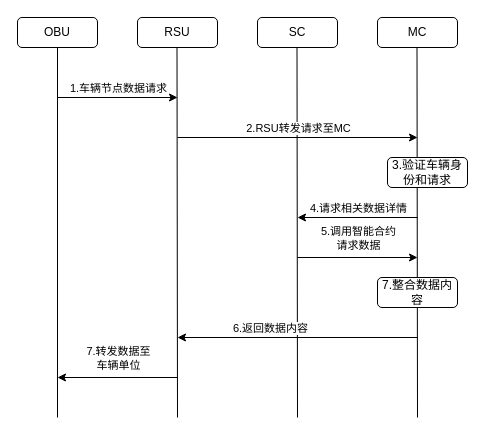
Above: 数据请求流程.drawio in burnandgun/diagrams (draw.io), before the change. Source tidied: cells renumbered, new cells numbered last; positions are measured from the earlier drawing's top-left corner, leaving out a move shared by most shapes. Both pictures are drawn from the tidied source at 100%, with x=0, y=0 at pixel (17, 17).
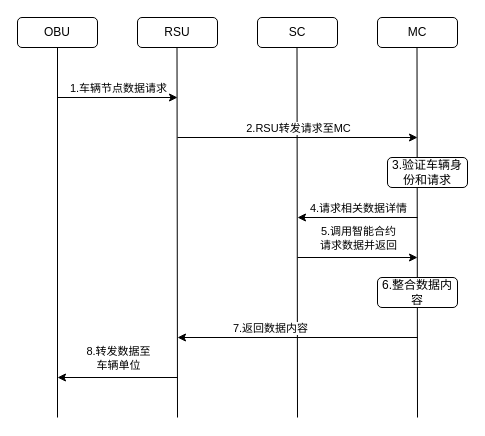
The same diagram, later.

Commit message:
更新数据请求流程.drawio

The change refers to these unchanged cells:
```xml
<mxCell id="17" style="endArrow=classic;html=1;rounded=0;" parent="1" edge="1">
  <mxGeometry relative="1" as="geometry">
    <mxPoint x="400" y="320" as="sourcePoint" />
    <mxPoint x="160" y="320" as="targetPoint" />
  </mxGeometry>
</mxCell>
<mxCell id="19" style="endArrow=classic;html=1;rounded=0;" parent="1" edge="1">
  <mxGeometry relative="1" as="geometry">
    <mxPoint x="280" y="240" as="sourcePoint" />
    <mxPoint x="400" y="240" as="targetPoint" />
  </mxGeometry>
</mxCell>
<mxCell id="22" style="endArrow=classic;html=1;rounded=0;" parent="1" edge="1">
  <mxGeometry relative="1" as="geometry">
    <mxPoint x="160" y="360" as="sourcePoint" />
    <mxPoint x="40" y="360" as="targetPoint" />
  </mxGeometry>
</mxCell>
```

Diff of the diagram source:
```diff
@@
-    <mxCell id="18" value="6.返回数据内容" style="edgeLabel;html=1;align=center;verticalAlign=middle;" parent="17" vertex="1">
+    <mxCell id="18" value="7.返回数据内容" style="edgeLabel;html=1;align=center;verticalAlign=middle;" parent="17" vertex="1">
       <mxGeometry x="0.47" y="-1" relative="1" as="geometry">
         <mxPoint x="28" y="-9" as="offset" />
       </mxGeometry>
     </mxCell>
@@
-    <mxCell id="20" value="5.调用智能合约&lt;br&gt;请求数据" style="edgeLabel;html=1;align=center;verticalAlign=middle;" parent="19" vertex="1">
+    <mxCell id="20" value="5.调用智能合约&lt;br&gt;请求数据并返回" style="edgeLabel;html=1;align=center;verticalAlign=middle;" parent="19" vertex="1">
       <mxGeometry x="0.47" y="-1" relative="1" as="geometry">
         <mxPoint x="-28" y="-21" as="offset" />
       </mxGeometry>
     </mxCell>
-    <mxCell id="21" value="7.整合数据内容" style="rounded=1;whiteSpace=wrap;html=1;" parent="1" vertex="1">
+    <mxCell id="21" value="6.整合数据内容" style="rounded=1;whiteSpace=wrap;html=1;" parent="1" vertex="1">
       <mxGeometry x="360" y="260" width="80" height="30" as="geometry" />
     </mxCell>
@@
-    <mxCell id="23" value="7.转发数据至&lt;br&gt;车辆单位" style="edgeLabel;html=1;align=center;verticalAlign=middle;" parent="22" vertex="1">
+    <mxCell id="23" value="8.转发数据至&lt;br&gt;车辆单位" style="edgeLabel;html=1;align=center;verticalAlign=middle;" parent="22" vertex="1">
       <mxGeometry x="0.47" y="-1" relative="1" as="geometry">
         <mxPoint x="28" y="-19" as="offset" />
       </mxGeometry>
     </mxCell>
```
